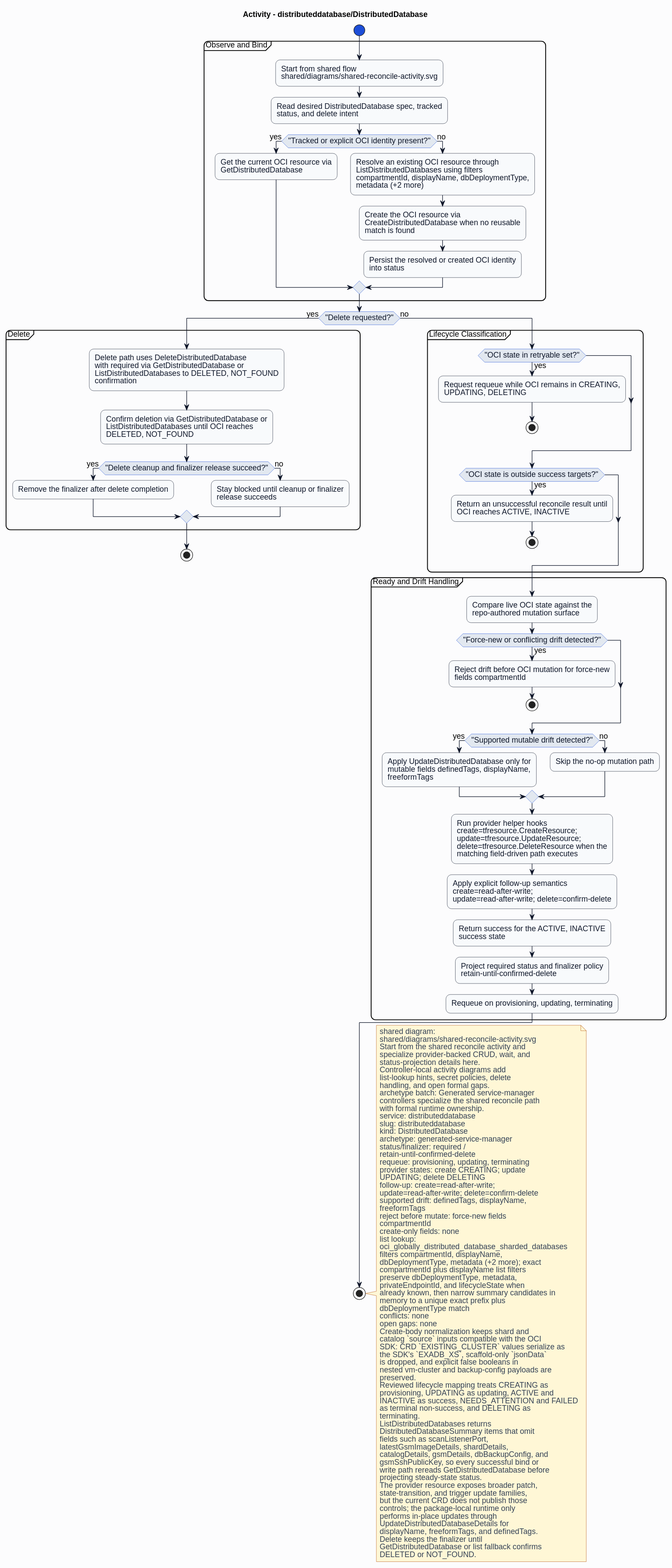
HaoyL666/oci-service-operator keeps this PlantUML diagram as formal/controllers/distributeddatabase/distributeddatabase/diagrams/activity.svg. Above is the earlier version.
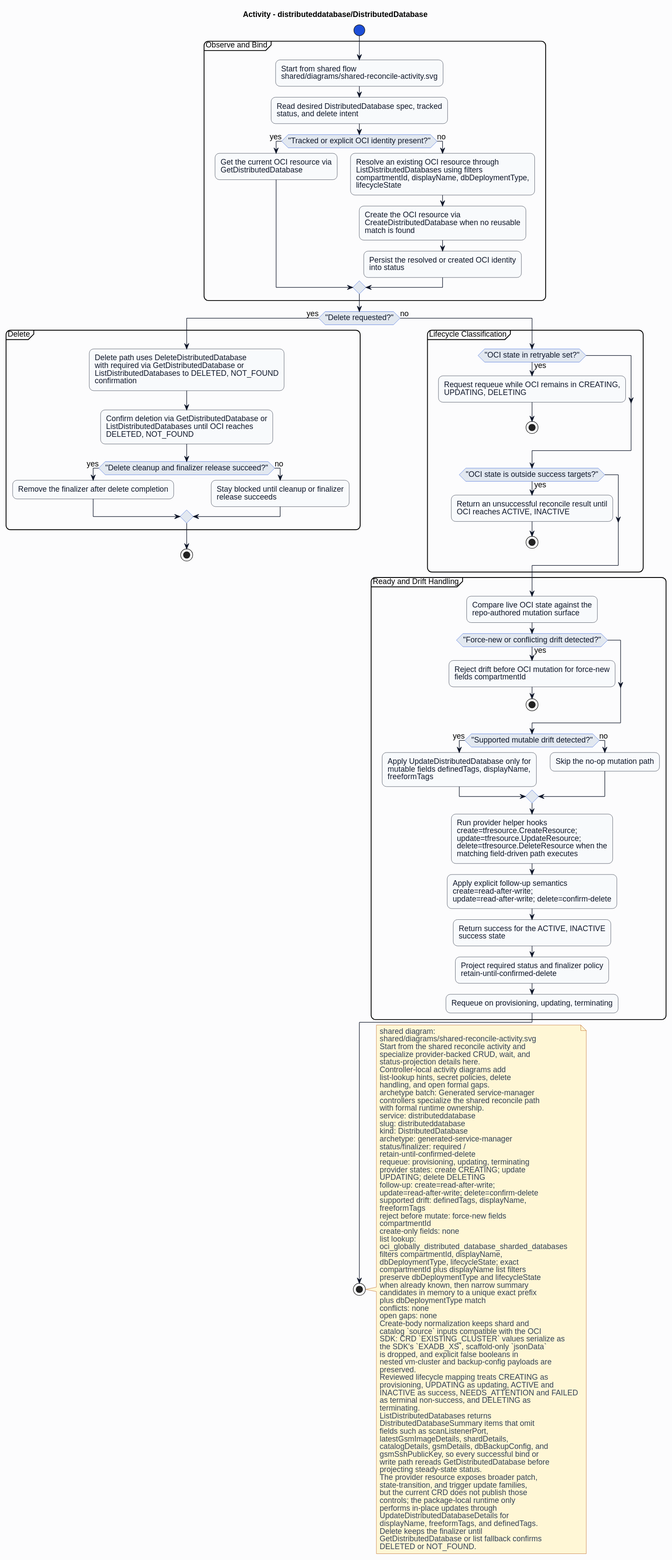
After the commit.

What changed in the source:
```diff
@@ -27,7 +27,7 @@
 if ("Tracked or explicit OCI identity present?") then (yes)
 :Get the current OCI resource via\nGetDistributedDatabase;
 else (no)
-:Resolve an existing OCI resource through\nListDistributedDatabases using filters\ncompartmentId, displayName, dbDeploymentType,\nmetadata (+2 more);
+:Resolve an existing OCI resource through\nListDistributedDatabases using filters\ncompartmentId, displayName, dbDeploymentType,\nlifecycleState;
 :Create the OCI resource via\nCreateDistributedDatabase when no reusable\nmatch is found;
 :Persist the resolved or created OCI identity\ninto status;
 endif
@@ -104,13 +104,12 @@
 list lookup:
 oci_globally_distributed_database_sharded_databases
 filters compartmentId, displayName,
-dbDeploymentType, metadata (+2 more); exact
+dbDeploymentType, lifecycleState; exact
 compartmentId plus displayName list filters
-preserve dbDeploymentType, metadata,
-privateEndpointId, and lifecycleState when
-already known, then narrow summary candidates in
-memory to a unique exact prefix plus
-dbDeploymentType match
+preserve dbDeploymentType and lifecycleState
+when already known, then narrow summary
+candidates in memory to a unique exact prefix
+plus dbDeploymentType match
 conflicts: none
 open gaps: none
 Create-body normalization keeps shard and
```
